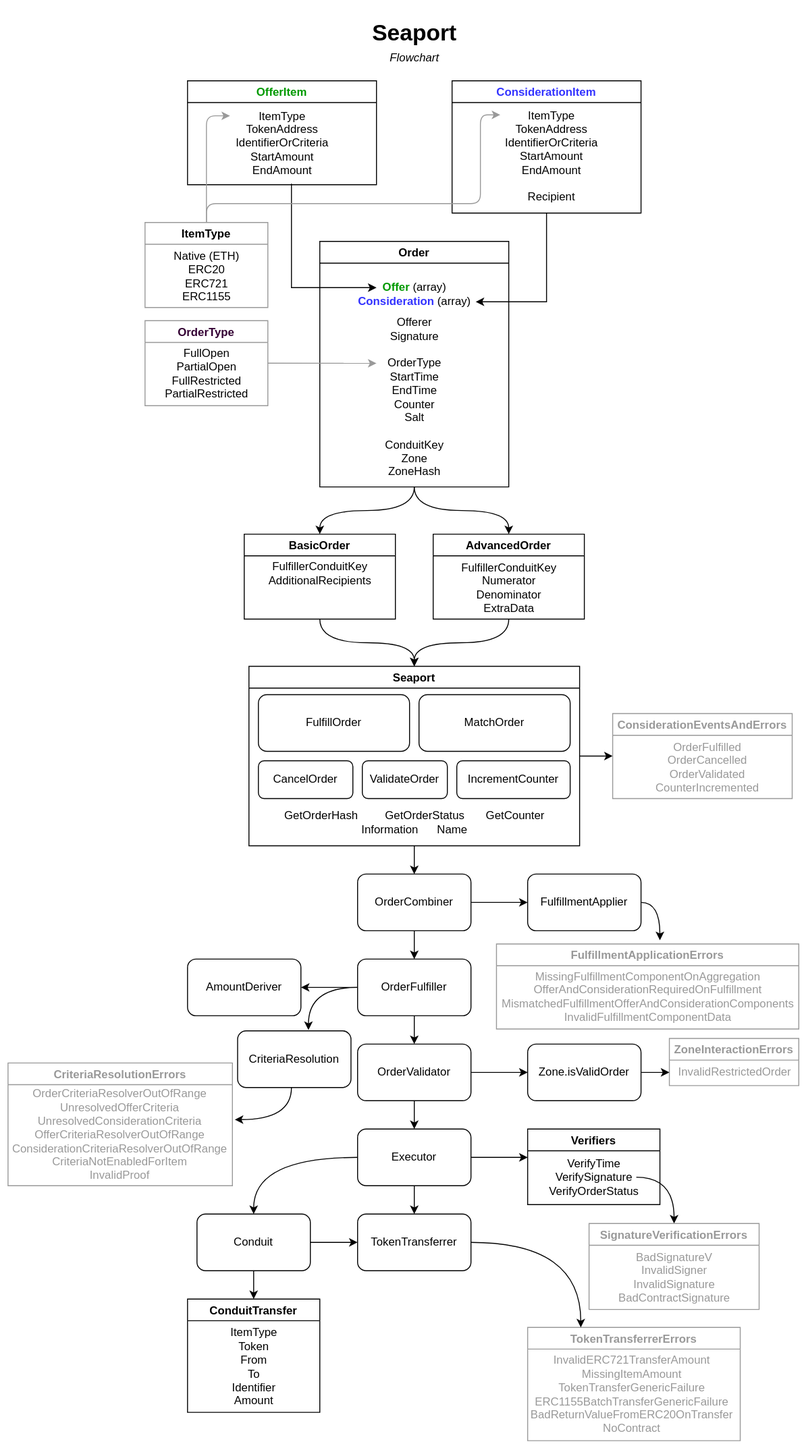
Before: diagrams/Seaport.drawio.svg, a diagram exported from draw.io (ProjectOpenSea/seaport). Source tidied: cells renumbered, new cells last; positions are measured from the earlier drawing's top-left corner, leaving out a move shared by most shapes.
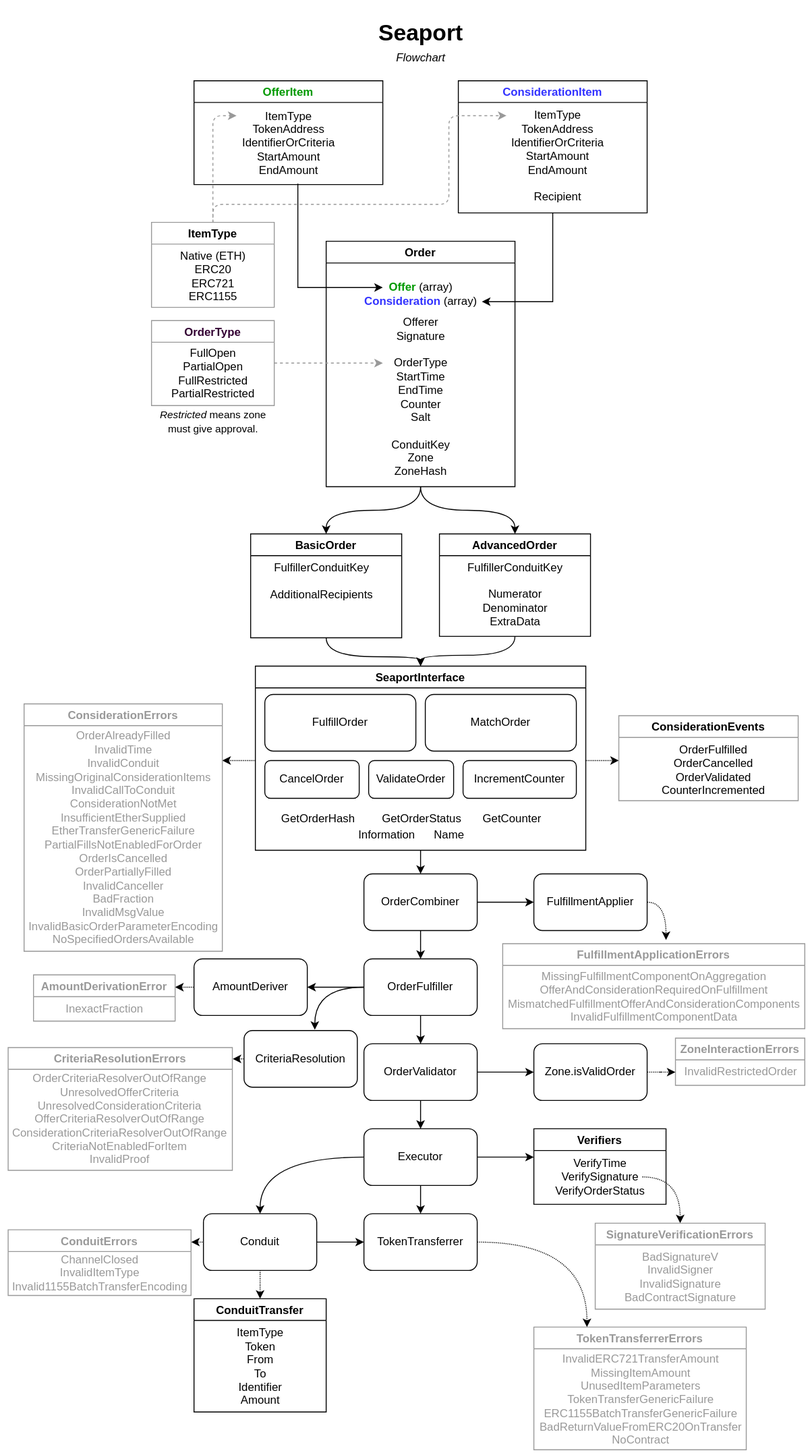
The same diagram one commit later.

Diff of the diagram source:
```diff
@@ -4,2 +4,14 @@
     <mxCell id="1" parent="0" />
+    <mxCell id="80" style="edgeStyle=orthogonalEdgeStyle;rounded=1;orthogonalLoop=1;jettySize=auto;html=1;fontColor=#999999;dashed=1;dashPattern=1 1;" parent="1" edge="1">
+      <mxGeometry relative="1" as="geometry">
+        <mxPoint x="253" y="1111" as="sourcePoint" />
+        <mxPoint x="233" y="1111" as="targetPoint" />
+      </mxGeometry>
+    </mxCell>
+    <mxCell id="81" style="edgeStyle=orthogonalEdgeStyle;rounded=1;orthogonalLoop=1;jettySize=auto;html=1;fontColor=#999999;dashed=1;dashPattern=1 1;" parent="1" edge="1">
+      <mxGeometry relative="1" as="geometry">
+        <mxPoint x="209" y="1305" as="sourcePoint" />
+        <mxPoint x="189" y="1305" as="targetPoint" />
+      </mxGeometry>
+    </mxCell>
     <mxCell id="2" style="edgeStyle=orthogonalEdgeStyle;rounded=0;orthogonalLoop=1;jettySize=auto;html=1;" parent="1" edge="1">
@@ -55,3 +67,3 @@
     </mxCell>
-    <mxCell id="15" style="edgeStyle=orthogonalEdgeStyle;curved=1;jettySize=auto;html=1;entryX=0;entryY=0.324;entryDx=0;entryDy=0;entryPerimeter=0;fontFamily=Helvetica;fontSize=12;fontColor=#000000;strokeColor=#999999;" parent="1" edge="1" source="16">
+    <mxCell id="15" style="edgeStyle=orthogonalEdgeStyle;curved=1;jettySize=auto;html=1;entryX=0;entryY=0.324;entryDx=0;entryDy=0;entryPerimeter=0;fontFamily=Helvetica;fontSize=12;fontColor=#000000;strokeColor=#999999;dashed=1;" parent="1" edge="1" source="16">
       <mxGeometry relative="1" as="geometry">
@@ -66,3 +78,3 @@
     </mxCell>
-    <mxCell id="18" style="edgeStyle=orthogonalEdgeStyle;jettySize=auto;html=1;entryX=0;entryY=0.138;entryDx=0;entryDy=0;entryPerimeter=0;rounded=1;strokeColor=#999999;" parent="1" edge="1" source="20" target="4">
+    <mxCell id="18" style="edgeStyle=orthogonalEdgeStyle;jettySize=auto;html=1;entryX=0;entryY=0.138;entryDx=0;entryDy=0;entryPerimeter=0;rounded=1;strokeColor=#999999;dashed=1;" parent="1" edge="1" source="20" target="4">
       <mxGeometry relative="1" as="geometry">
@@ -74,8 +86,10 @@
     </mxCell>
-    <mxCell id="19" style="edgeStyle=orthogonalEdgeStyle;rounded=1;jettySize=auto;html=1;exitX=0.5;exitY=0;exitDx=0;exitDy=0;entryX=0.009;entryY=0.06;entryDx=0;entryDy=0;entryPerimeter=0;strokeColor=#999999;" parent="1" edge="1" source="20" target="7">
+    <mxCell id="19" style="edgeStyle=orthogonalEdgeStyle;rounded=1;orthogonalLoop=1;jettySize=auto;html=1;exitX=0.5;exitY=0;exitDx=0;exitDy=0;entryX=0.009;entryY=0.06;entryDx=0;entryDy=0;entryPerimeter=0;strokeColor=#999999;dashed=1;" parent="1" edge="1">
       <mxGeometry relative="1" as="geometry">
+        <mxPoint x="212" y="226" as="sourcePoint" />
+        <mxPoint x="523" y="112" as="targetPoint" />
         <Array as="points">
-          <mxPoint x="212" y="205" />
-          <mxPoint x="502" y="205" />
-          <mxPoint x="502" y="111" />
+          <mxPoint x="212" y="206" />
+          <mxPoint x="462" y="206" />
+          <mxPoint x="462" y="112" />
         </Array>
@@ -105,3 +119,3 @@
     </mxCell>
-    <mxCell id="26" style="edgeStyle=orthogonalEdgeStyle;curved=1;orthogonalLoop=1;jettySize=auto;html=1;fontColor=#999999;strokeColor=#000000;entryX=0.5;entryY=0;entryDx=0;entryDy=0;" parent="1" edge="1">
+    <mxCell id="26" style="edgeStyle=orthogonalEdgeStyle;curved=1;orthogonalLoop=1;jettySize=auto;html=1;fontColor=#999999;strokeColor=#000000;entryX=0.5;entryY=0;entryDx=0;entryDy=0;dashed=1;dashPattern=1 1;" parent="1" edge="1">
       <mxGeometry relative="1" as="geometry">
@@ -123,9 +137,21 @@
     </mxCell>
-    <mxCell id="30" style="edgeStyle=orthogonalEdgeStyle;curved=1;jettySize=auto;html=1;fontFamily=Helvetica;fontSize=12;fontColor=#000000;strokeColor=#000000;" parent="1" edge="1" source="31">
-      <mxGeometry relative="1" as="geometry">
-        <mxPoint x="642" y="790" as="targetPoint" />
-      </mxGeometry>
-    </mxCell>
+    <mxCell id="82" style="edgeStyle=orthogonalEdgeStyle;rounded=1;jettySize=auto;html=1;fontColor=#999999;dashed=1;dashPattern=1 1;" parent="1" edge="1" source="31">
+      <mxGeometry relative="1" as="geometry">
+        <mxPoint x="642" y="795" as="targetPoint" />
+        <Array as="points">
+          <mxPoint x="622" y="795" />
+          <mxPoint x="622" y="795" />
+        </Array>
+      </mxGeometry>
+    </mxCell>
+    <mxCell id="83" style="edgeStyle=orthogonalEdgeStyle;rounded=1;jettySize=auto;html=1;fontColor=#999999;dashed=1;dashPattern=1 1;" parent="1" edge="1" source="31">
+      <mxGeometry relative="1" as="geometry">
+        <mxPoint x="222" y="795" as="targetPoint" />
+        <Array as="points">
+          <mxPoint x="222" y="795" />
+        </Array>
+      </mxGeometry>
+    </mxCell>
-    <mxCell id="31" value="Seaport" style="swimlane;" parent="1" vertex="1">
-      <mxGeometry x="257" y="695" width="350" height="190" as="geometry" />
+    <mxCell id="31" value="SeaportInterface" style="swimlane;" parent="1" vertex="1">
+      <mxGeometry x="257" y="695" width="350" height="195" as="geometry" />
     </mxCell>
@@ -146,4 +172,4 @@
     </mxCell>
-    <mxCell id="37" value="GetOrderHash &lt;span style=&quot;white-space: pre;&quot;&gt;&#9;&lt;/span&gt;GetOrderStatus &lt;span style=&quot;white-space: pre;&quot;&gt;&#9;&lt;/span&gt;GetCounter&lt;br&gt;Information &lt;span style=&quot;white-space: pre;&quot;&gt;&#9;&lt;/span&gt;Name" style="text;html=1;align=center;verticalAlign=middle;strokeColor=none;fillColor=none;fontSize=12;fontFamily=Helvetica;fontColor=#000000;" parent="31" vertex="1">
-      <mxGeometry x="30" y="150" width="290" height="30" as="geometry" />
+    <mxCell id="37" value="&lt;p style=&quot;line-height: 1.4;&quot;&gt;GetOrderHash &lt;span style=&quot;white-space: pre;&quot;&gt;&#9;&lt;/span&gt;GetOrderStatus &lt;span style=&quot;white-space: pre;&quot;&gt;&#9;&lt;/span&gt;GetCounter&lt;br&gt;Information &lt;span style=&quot;white-space: pre;&quot;&gt;&#9;&lt;/span&gt;Name&lt;/p&gt;" style="text;html=1;align=center;verticalAlign=middle;strokeColor=none;fillColor=none;fontSize=12;fontFamily=Helvetica;fontColor=#000000;" parent="31" vertex="1">
+      <mxGeometry x="20" y="140" width="290" height="60" as="geometry" />
     </mxCell>
@@ -155,7 +181,7 @@
     </mxCell>
-    <mxCell id="40" value="ConsiderationEventsAndErrors" style="swimlane;strokeColor=#999999;fontColor=#999999;" parent="1" vertex="1">
-      <mxGeometry x="642" y="745" width="190" height="90" as="geometry" />
+    <mxCell id="40" value="ConsiderationErrors" style="swimlane;strokeColor=#999999;fontColor=#999999;" parent="1" vertex="1">
+      <mxGeometry x="12" y="735" width="210" height="262" as="geometry" />
     </mxCell>
-    <mxCell id="41" value="&lt;font color=&quot;#999999&quot; style=&quot;font-size: 12px;&quot;&gt;&lt;span style=&quot;text-align: start;&quot;&gt;OrderFulfilled&lt;br&gt;&lt;/span&gt;&lt;span style=&quot;text-align: start;&quot;&gt;OrderCancelled&lt;br&gt;&lt;/span&gt;&lt;span style=&quot;text-align: start;&quot;&gt;OrderValidated&lt;br&gt;&lt;/span&gt;&lt;span style=&quot;text-align: start;&quot;&gt;CounterIncremented&lt;/span&gt;&lt;/font&gt;" style="text;html=1;align=center;verticalAlign=middle;strokeColor=none;fillColor=none;" parent="40" vertex="1">
-      <mxGeometry x="40" y="27" width="120" height="60" as="geometry" />
+    <mxCell id="41" value="&lt;div style=&quot;&quot;&gt;&lt;font color=&quot;#999999&quot;&gt;&lt;span style=&quot;&quot;&gt;&#9;&#9;&lt;/span&gt;OrderAlreadyFilled&lt;/font&gt;&lt;/div&gt;&lt;div style=&quot;&quot;&gt;&lt;font color=&quot;#999999&quot;&gt;&lt;span style=&quot;&quot;&gt;&#9;&#9;&lt;/span&gt;InvalidTime&lt;/font&gt;&lt;/div&gt;&lt;div style=&quot;&quot;&gt;&lt;font color=&quot;#999999&quot;&gt;&lt;span style=&quot;&quot;&gt;&#9;&#9;&lt;/span&gt;InvalidConduit&lt;/font&gt;&lt;/div&gt;&lt;div style=&quot;&quot;&gt;&lt;font color=&quot;#999999&quot;&gt;&lt;span style=&quot;&quot;&gt;&#9;&#9;&lt;/span&gt;MissingOriginalConsiderationItems&lt;/font&gt;&lt;/div&gt;&lt;div style=&quot;&quot;&gt;&lt;font color=&quot;#999999&quot;&gt;&lt;span style=&quot;&quot;&gt;&#9;&#9;&lt;/span&gt;InvalidCallToConduit&lt;/font&gt;&lt;/div&gt;&lt;div style=&quot;&quot;&gt;&lt;font color=&quot;#999999&quot;&gt;&lt;span style=&quot;&quot;&gt;&#9;&#9;&lt;/span&gt;ConsiderationNotMet&lt;/font&gt;&lt;/div&gt;&lt;div style=&quot;&quot;&gt;&lt;font color=&quot;#999999&quot;&gt;&lt;span style=&quot;&quot;&gt;&#9;&#9;&lt;/span&gt;InsufficientEtherSupplied&lt;/font&gt;&lt;/div&gt;&lt;div style=&quot;&quot;&gt;&lt;font color=&quot;#999999&quot;&gt;&lt;span style=&quot;&quot;&gt;&#9;&#9;&lt;/span&gt;EtherTransferGenericFailure&lt;/font&gt;&lt;/div&gt;&lt;div style=&quot;&quot;&gt;&lt;font color=&quot;#999999&quot;&gt;&lt;span style=&quot;&quot;&gt;&#9;&#9;&lt;/span&gt;PartialFillsNotEnabledForOrder&lt;/font&gt;&lt;/div&gt;&lt;div style=&quot;&quot;&gt;&lt;font color=&quot;#999999&quot;&gt;&lt;span style=&quot;&quot;&gt;&#9;&#9;&lt;/span&gt;OrderIsCancelled&lt;/font&gt;&lt;/div&gt;&lt;div style=&quot;&quot;&gt;&lt;font color=&quot;#999999&quot;&gt;&lt;span style=&quot;&quot;&gt;&#9;&#9;&lt;/span&gt;OrderPartiallyFilled&lt;/font&gt;&lt;/div&gt;&lt;div style=&quot;&quot;&gt;&lt;font color=&quot;#999999&quot;&gt;&lt;span style=&quot;&quot;&gt;&#9;&#9;&lt;/span&gt;InvalidCanceller&lt;/font&gt;&lt;/div&gt;&lt;div style=&quot;&quot;&gt;&lt;font color=&quot;#999999&quot;&gt;&lt;span style=&quot;&quot;&gt;&#9;&#9;&lt;/span&gt;BadFraction&lt;/font&gt;&lt;/div&gt;&lt;div style=&quot;&quot;&gt;&lt;font color=&quot;#999999&quot;&gt;&lt;span style=&quot;&quot;&gt;&#9;&#9;&lt;/span&gt;InvalidMsgValue&lt;/font&gt;&lt;/div&gt;&lt;div style=&quot;&quot;&gt;&lt;font color=&quot;#999999&quot;&gt;&lt;span style=&quot;&quot;&gt;&#9;&#9;&lt;/span&gt;InvalidBasicOrderParameterEncoding&lt;/font&gt;&lt;/div&gt;&lt;div style=&quot;&quot;&gt;&lt;font color=&quot;#999999&quot;&gt;&lt;span style=&quot;&quot;&gt;&#9;&#9;&lt;/span&gt;NoSpecifiedOrdersAvailable&lt;/font&gt;&lt;/div&gt;" style="text;html=1;align=center;verticalAlign=middle;strokeColor=none;fillColor=none;" parent="40" vertex="1">
+      <mxGeometry x="-5" y="27" width="220" height="230" as="geometry" />
     </mxCell>
@@ -171,15 +197,15 @@
     <mxCell id="45" value="AdvancedOrder" style="swimlane;" parent="1" vertex="1">
-      <mxGeometry x="452" y="555" width="160" height="90" as="geometry" />
+      <mxGeometry x="452" y="555" width="160" height="108.5" as="geometry" />
     </mxCell>
-    <mxCell id="46" value="FulfillerConduitKey &lt;br&gt;Numerator&lt;br&gt;Denominator&lt;br&gt;ExtraData" style="text;html=1;align=center;verticalAlign=middle;strokeColor=none;fillColor=none;" parent="45" vertex="1">
-      <mxGeometry x="20" y="27" width="120" height="60" as="geometry" />
+    <mxCell id="46" value="&lt;p style=&quot;line-height: 1.2;&quot;&gt;FulfillerConduitKey &lt;br&gt;&lt;br&gt;Numerator&lt;br&gt;Denominator&lt;br&gt;ExtraData&lt;/p&gt;" style="text;html=1;align=center;verticalAlign=middle;strokeColor=none;fillColor=none;" parent="45" vertex="1">
+      <mxGeometry x="20" y="13.5" width="120" height="100" as="geometry" />
     </mxCell>
     <mxCell id="47" value="TokenTransferrerErrors" style="swimlane;startSize=23;strokeColor=#999999;fontColor=#999999;" parent="1" vertex="1">
-      <mxGeometry x="552" y="1395" width="225" height="120" as="geometry" />
+      <mxGeometry x="552" y="1395" width="225" height="130" as="geometry" />
     </mxCell>
-    <mxCell id="48" value="&lt;font color=&quot;#999999&quot;&gt;InvalidERC721TransferAmount&lt;br&gt;MissingItemAmount&lt;br&gt;TokenTransferGenericFailure&lt;br&gt;ERC1155BatchTransferGenericFailure&lt;br&gt;BadReturnValueFromERC20OnTransfer&lt;br&gt;NoContract&lt;/font&gt;" style="text;html=1;align=center;verticalAlign=middle;strokeColor=none;fillColor=none;" parent="47" vertex="1">
-      <mxGeometry x="-5" y="26" width="230" height="90" as="geometry" />
+    <mxCell id="48" value="&lt;font color=&quot;#999999&quot;&gt;InvalidERC721TransferAmount&lt;br&gt;MissingItemAmount&lt;br&gt;UnusedItemParameters&lt;br&gt;TokenTransferGenericFailure&lt;br&gt;ERC1155BatchTransferGenericFailure&lt;br&gt;BadReturnValueFromERC20OnTransfer&lt;br&gt;NoContract&lt;/font&gt;" style="text;html=1;align=center;verticalAlign=middle;strokeColor=none;fillColor=none;" parent="47" vertex="1">
+      <mxGeometry x="-2.5" y="27" width="230" height="100" as="geometry" />
     </mxCell>
     <mxCell id="49" value="CriteriaResolutionErrors" style="swimlane;startSize=23;strokeColor=#999999;fontColor=#999999;" parent="1" vertex="1">
-      <mxGeometry x="2" y="1115" width="237.5" height="130" as="geometry" />
+      <mxGeometry x="-4.9" y="1099" width="237.5" height="130" as="geometry" />
     </mxCell>
@@ -192,4 +218,7 @@
     <mxCell id="52" value="BasicOrder" style="swimlane;" parent="1" vertex="1">
-      <mxGeometry x="252" y="555" width="160" height="90" as="geometry" />
+      <mxGeometry x="252" y="555" width="160" height="110" as="geometry" />
     </mxCell>
+    <mxCell id="75" value="&lt;p style=&quot;line-height: 1.2;&quot;&gt;FulfillerConduitKey&lt;br&gt;&lt;br&gt;AdditionalRecipients&lt;/p&gt;" style="text;html=1;align=center;verticalAlign=middle;strokeColor=none;fillColor=none;" parent="52" vertex="1">
+      <mxGeometry x="15" y="15" width="120" height="70" as="geometry" />
+    </mxCell>
     <mxCell id="53" style="edgeStyle=orthogonalEdgeStyle;curved=1;jettySize=auto;html=1;entryX=0.5;entryY=0;entryDx=0;entryDy=0;strokeColor=#000000;" parent="1" edge="1" source="55" target="59">
@@ -240,2 +269,5 @@
     </mxCell>
+    <mxCell id="84" style="edgeStyle=orthogonalEdgeStyle;rounded=1;jettySize=auto;html=1;entryX=1;entryY=0.25;entryDx=0;entryDy=0;fontColor=#999999;dashed=1;dashPattern=1 1;" parent="1" edge="1" source="67" target="87">
+      <mxGeometry relative="1" as="geometry" />
+    </mxCell>
     <mxCell id="67" value="AmountDeriver" style="rounded=1;whiteSpace=wrap;html=1;strokeColor=#000000;" parent="1" vertex="1">
@@ -243,3 +275,3 @@
     </mxCell>
-    <mxCell id="68" style="edgeStyle=orthogonalEdgeStyle;curved=1;jettySize=auto;html=1;entryX=0.25;entryY=0;entryDx=0;entryDy=0;fontFamily=Helvetica;fontSize=12;fontColor=#999999;strokeColor=#000000;" parent="1" edge="1" source="69" target="47">
+    <mxCell id="68" style="edgeStyle=orthogonalEdgeStyle;curved=1;jettySize=auto;html=1;entryX=0.25;entryY=0;entryDx=0;entryDy=0;fontFamily=Helvetica;fontSize=12;fontColor=#999999;strokeColor=#000000;dashed=1;dashPattern=1 1;" parent="1" edge="1" source="69" target="47">
       <mxGeometry relative="1" as="geometry" />
@@ -252,3 +284,3 @@
     </mxCell>
-    <mxCell id="71" style="edgeStyle=orthogonalEdgeStyle;curved=1;jettySize=auto;html=1;exitX=0.5;exitY=1;exitDx=0;exitDy=0;entryX=0.5;entryY=0;entryDx=0;entryDy=0;fontFamily=Helvetica;fontSize=12;fontColor=#000000;strokeColor=#000000;" parent="1" edge="1" source="72" target="38">
+    <mxCell id="71" style="edgeStyle=orthogonalEdgeStyle;curved=1;jettySize=auto;html=1;exitX=0.5;exitY=1;exitDx=0;exitDy=0;entryX=0.5;entryY=0;entryDx=0;entryDy=0;fontFamily=Helvetica;fontSize=12;fontColor=#000000;strokeColor=#000000;dashed=1;dashPattern=1 1;" parent="1" edge="1" source="72" target="38">
       <mxGeometry relative="1" as="geometry" />
@@ -258,3 +290,3 @@
     </mxCell>
-    <mxCell id="73" style="edgeStyle=orthogonalEdgeStyle;curved=1;jettySize=auto;html=1;fontFamily=Helvetica;fontSize=12;fontColor=#999999;strokeColor=#000000;" parent="1" edge="1" source="74">
+    <mxCell id="73" style="edgeStyle=orthogonalEdgeStyle;curved=1;jettySize=auto;html=1;fontFamily=Helvetica;fontSize=12;fontColor=#999999;strokeColor=#000000;dashed=1;dashPattern=1 1;" parent="1" edge="1" source="74">
       <mxGeometry relative="1" as="geometry">
@@ -266,6 +298,3 @@
     </mxCell>
-    <mxCell id="75" value="FulfillerConduitKey&lt;br&gt;AdditionalRecipients" style="text;html=1;align=center;verticalAlign=middle;strokeColor=none;fillColor=none;" parent="1" vertex="1">
-      <mxGeometry x="272" y="582" width="120" height="30" as="geometry" />
-    </mxCell>
-    <mxCell id="76" style="edgeStyle=orthogonalEdgeStyle;curved=1;jettySize=auto;html=1;fontFamily=Helvetica;fontSize=12;fontColor=#000000;strokeColor=#000000;" parent="1" edge="1" source="77">
+    <mxCell id="76" style="edgeStyle=orthogonalEdgeStyle;curved=1;jettySize=auto;html=1;fontFamily=Helvetica;fontSize=12;fontColor=#000000;strokeColor=#000000;dashed=1;dashPattern=1 1;" parent="1" edge="1" source="77">
       <mxGeometry relative="1" as="geometry">
@@ -277,11 +306,2 @@
     </mxCell>
-    <mxCell id="78" style="edgeStyle=orthogonalEdgeStyle;curved=1;jettySize=auto;html=1;fontFamily=Helvetica;fontSize=12;fontColor=#999999;strokeColor=#000000;" parent="1" edge="1" source="79">
-      <mxGeometry relative="1" as="geometry">
-        <mxPoint x="242" y="1175" as="targetPoint" />
-        <Array as="points">
-          <mxPoint x="302" y="1175" />
-          <mxPoint x="242" y="1175" />
-        </Array>
-      </mxGeometry>
-    </mxCell>
     <mxCell id="79" value="CriteriaResolution" style="rounded=1;whiteSpace=wrap;html=1;strokeColor=#000000;" parent="1" vertex="1">
@@ -289,2 +309,23 @@
     </mxCell>
+    <mxCell id="85" value="ConsiderationEvents" style="swimlane;strokeColor=#999999;fontColor=#000000;" parent="1" vertex="1">
+      <mxGeometry x="642" y="747.5" width="190" height="90" as="geometry" />
+    </mxCell>
+    <mxCell id="86" value="&lt;font style=&quot;font-size: 12px;&quot;&gt;&lt;span style=&quot;text-align: start;&quot;&gt;OrderFulfilled&lt;br&gt;&lt;/span&gt;&lt;span style=&quot;text-align: start;&quot;&gt;OrderCancelled&lt;br&gt;&lt;/span&gt;&lt;span style=&quot;text-align: start;&quot;&gt;OrderValidated&lt;br&gt;&lt;/span&gt;&lt;span style=&quot;text-align: start;&quot;&gt;CounterIncremented&lt;/span&gt;&lt;/font&gt;" style="text;html=1;align=center;verticalAlign=middle;strokeColor=none;fillColor=none;" parent="85" vertex="1">
+      <mxGeometry x="40" y="27" width="120" height="60" as="geometry" />
+    </mxCell>
+    <mxCell id="87" value="AmountDerivationError" style="swimlane;startSize=23;strokeColor=#999999;fontColor=#999999;" parent="1" vertex="1">
+      <mxGeometry x="22" y="1022" width="150" height="49" as="geometry" />
+    </mxCell>
+    <mxCell id="88" value="InexactFraction" style="text;html=1;align=center;verticalAlign=middle;strokeColor=none;fillColor=none;fontColor=#999999;" parent="87" vertex="1">
+      <mxGeometry x="25" y="26" width="100" height="20" as="geometry" />
+    </mxCell>
+    <mxCell id="89" value="ConduitErrors" style="swimlane;startSize=23;strokeColor=#999999;fontColor=#999999;" parent="1" vertex="1">
+      <mxGeometry x="-4.9" y="1292" width="193.8" height="69.5" as="geometry" />
+    </mxCell>
+    <mxCell id="90" value="&lt;font color=&quot;#999999&quot;&gt;ChannelClosed&lt;br&gt;InvalidItemType&lt;br&gt;Invalid1155BatchTransferEncoding&lt;/font&gt;" style="text;html=1;align=center;verticalAlign=middle;strokeColor=none;fillColor=none;" parent="89" vertex="1">
+      <mxGeometry x="-3.1" y="20.5" width="200" height="50" as="geometry" />
+    </mxCell>
+    <mxCell id="91" value="&lt;font style=&quot;font-size: 11px;&quot;&gt;&lt;i style=&quot;&quot;&gt;Restricted &lt;/i&gt;means zone&lt;br&gt;must give approval.&lt;/font&gt;" style="text;html=1;align=center;verticalAlign=middle;strokeColor=none;fillColor=none;fontColor=#000000;" parent="1" vertex="1">
+      <mxGeometry x="147" y="421" width="130" height="30" as="geometry" />
+    </mxCell>
   </root>
```
